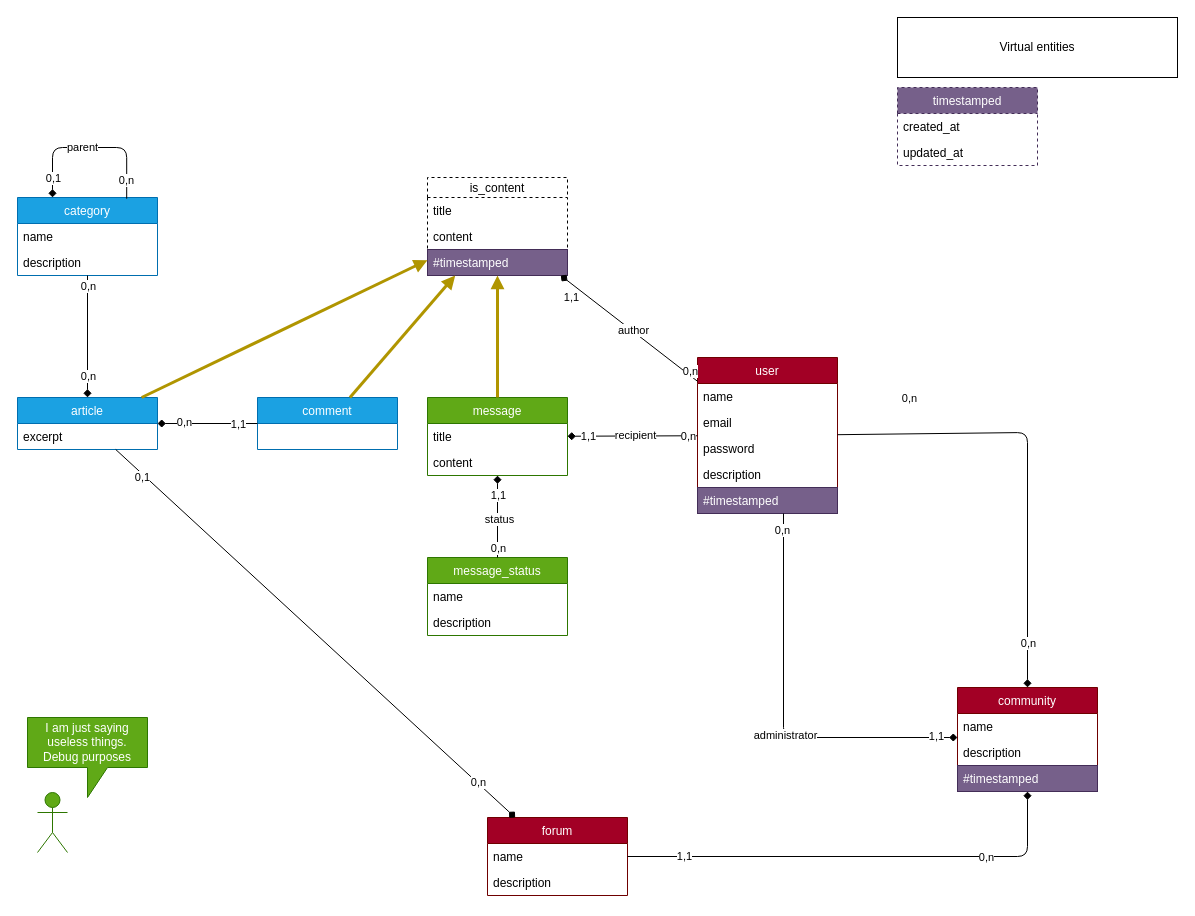
Before: demo/mcd-xml.drawio in deljdlx/drawio-to-sql, a draw.io diagram. Source tidied: cells renumbered, new cells numbered last; positions are measured from the earlier drawing's top-left corner, leaving out a move shared by most shapes. Both pictures are drawn from the tidied source at 100%, with x=0, y=0 at pixel (17, 17).
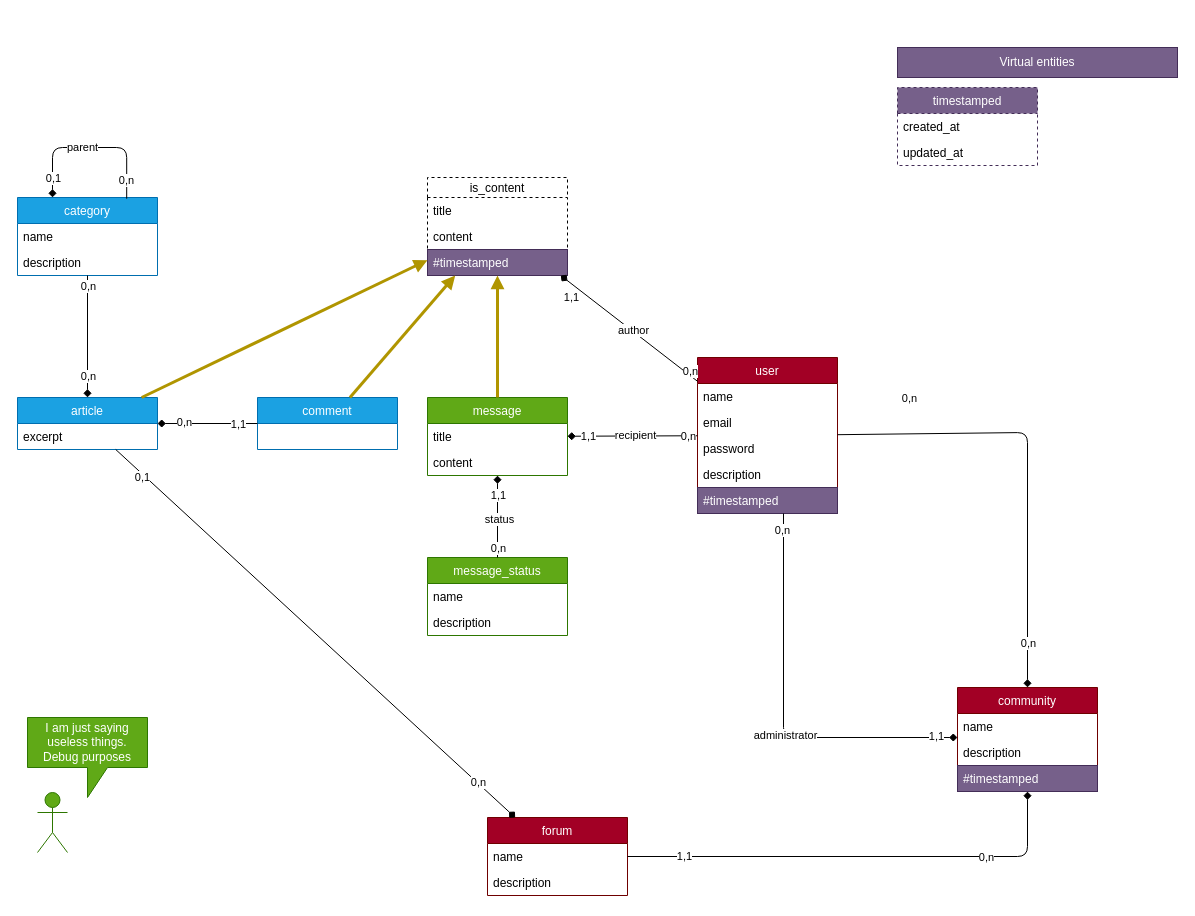
Above is the later version.

Diff of the diagram source:
```diff
@@
-    <mxCell id="76" value="Virtual entities" style="rounded=0;whiteSpace=wrap;html=1;" parent="1" vertex="1">
-      <mxGeometry x="880" width="280" height="60" as="geometry" />
+    <mxCell id="76" value="Virtual entities" style="rounded=0;whiteSpace=wrap;html=1;fillColor=#76608a;strokeColor=#432D57;fontColor=#ffffff;" parent="1" vertex="1">
+      <mxGeometry x="880" y="30" width="280" height="30" as="geometry" />
     </mxCell>
```
